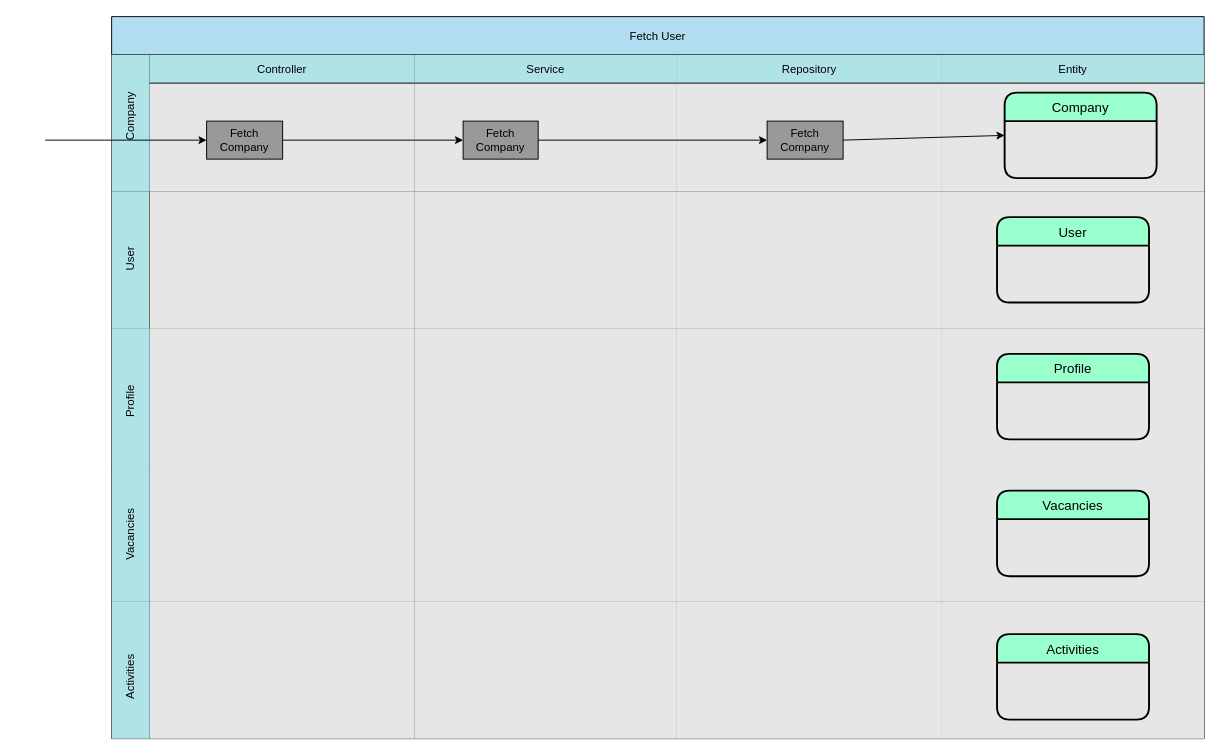
Before: documents/asd/VAC-ASD-Company-AS-v1.drawio in AaronSaya/educom-symfony-1690191754, a draw.io diagram. Source tidied: cells renumbered, new cells numbered last; positions are measured from the earlier drawing's top-left corner, leaving out a move shared by most shapes. Both pictures are drawn from the tidied source at 95%, with x=0, y=0 at pixel (16, 16).
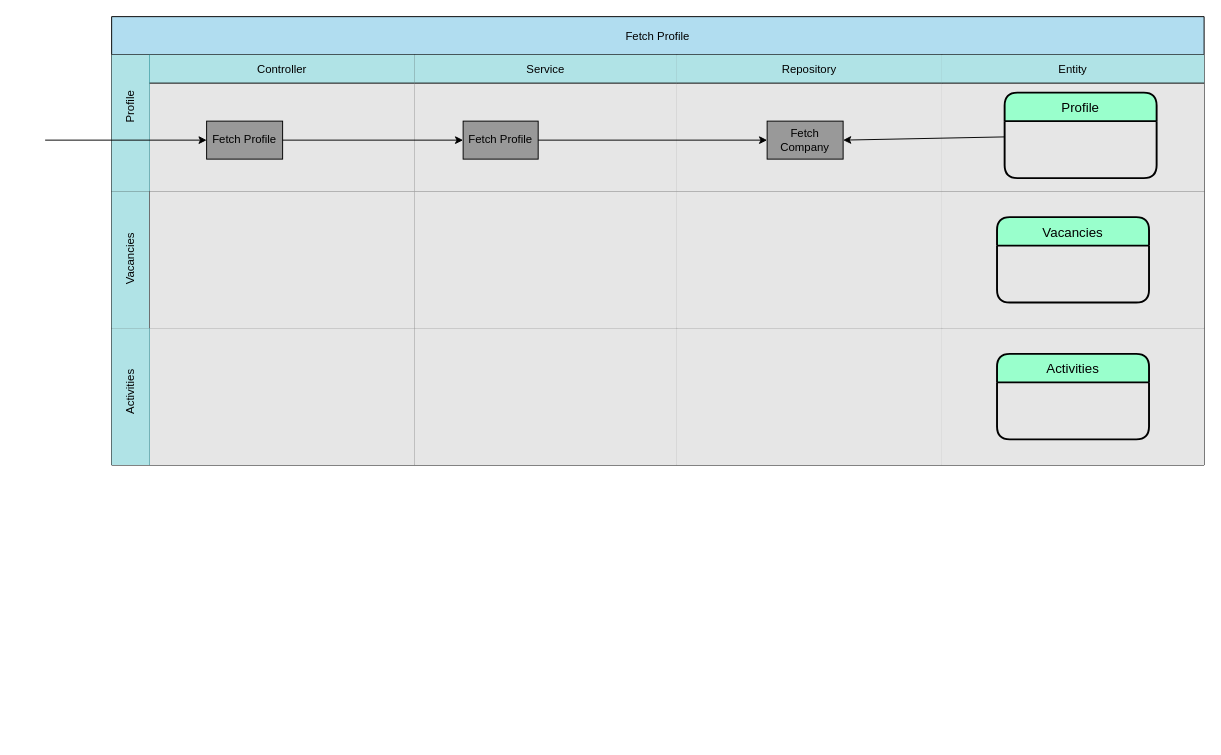
After the change.

The change refers to these unchanged cells:
```xml
<mxCell id="3" style="shape=tableRow;horizontal=0;swimlaneHead=0;swimlaneBody=0;top=0;left=0;bottom=0;right=0;fontStyle=0;fillColor=#b0e3e6;startSize=40;strokeColor=#0e8088;fontColor=#000000;" parent="2" vertex="1">
  <mxGeometry y="40" width="1150" height="144" as="geometry" />
</mxCell>
<mxCell id="4" value="Controller" style="swimlane;swimlaneHead=0;swimlaneBody=0;fontStyle=0;fillColor=#b0e3e6;startSize=30;strokeColor=#000000;fontColor=#000000;swimlaneFillColor=#E6E6E6;" parent="3" vertex="1">
  <mxGeometry x="40" width="279" height="144" as="geometry" />
</mxCell>
<mxCell id="6" value="Service" style="swimlane;swimlaneHead=0;swimlaneBody=0;fontStyle=0;fillColor=#b0e3e6;startSize=30;strokeColor=#000000;fontColor=#000000;swimlaneFillColor=#E6E6E6;" parent="3" vertex="1">
  <mxGeometry x="319" width="276" height="144" as="geometry" />
</mxCell>
<mxCell id="9" value="Fetch Company" style="whiteSpace=wrap;html=1;fillColor=#999999;fontColor=#000000;" parent="8" vertex="1">
  <mxGeometry x="95" y="70" width="80" height="40" as="geometry" />
</mxCell>
<mxCell id="10" value="Entity" style="swimlane;swimlaneHead=0;swimlaneBody=0;fontStyle=0;fillColor=#b0e3e6;startSize=30;strokeColor=#000000;fontColor=#000000;swimlaneFillColor=#E6E6E6;" parent="3" vertex="1">
  <mxGeometry x="874" width="276" height="144" as="geometry" />
</mxCell>
<mxCell id="19" style="swimlane;swimlaneHead=0;swimlaneBody=0;fontStyle=0;fillColor=none;startSize=0;swimlaneFillColor=#E6E6E6;strokeColor=#000000;" parent="15" vertex="1">
  <mxGeometry x="874" width="276" height="144" as="geometry" />
</mxCell>
<mxCell id="25" style="swimlane;swimlaneHead=0;swimlaneBody=0;fontStyle=0;fillColor=none;startSize=0;swimlaneFillColor=#E6E6E6;strokeColor=#000000;" parent="21" vertex="1">
  <mxGeometry x="874" width="276" height="144" as="geometry" />
</mxCell>
```

What changed in the source:
```diff
@@
-    <mxCell id="2" value="Fetch User" style="shape=table;childLayout=tableLayout;startSize=40;fillColor=#b1ddf0;strokeColor=#000000;fontColor=#000000;" parent="1" vertex="1">
-      <mxGeometry x="100" width="1150" height="760" as="geometry" />
+    <mxCell id="2" value="Fetch Profile" style="shape=table;childLayout=tableLayout;startSize=40;fillColor=#b1ddf0;strokeColor=#000000;fontColor=#000000;" parent="1" vertex="1">
+      <mxGeometry x="100" width="1150" height="472" as="geometry" />
     </mxCell>
@@
-    <mxCell id="5" value="Fetch Company" style="whiteSpace=wrap;html=1;fillColor=#999999;fillStyle=auto;fontColor=#000000;" parent="4" vertex="1">
+    <mxCell id="5" value="Fetch Profile" style="whiteSpace=wrap;html=1;fillColor=#999999;fillStyle=auto;fontColor=#000000;" parent="4" vertex="1">
       <mxGeometry x="60" y="70" width="80" height="40" as="geometry" />
     </mxCell>
@@
-    <mxCell id="7" value="Fetch Company" style="whiteSpace=wrap;html=1;fillColor=#999999;fontColor=#000000;" parent="6" vertex="1">
+    <mxCell id="7" value="Fetch Profile" style="whiteSpace=wrap;html=1;fillColor=#999999;fontColor=#000000;" parent="6" vertex="1">
       <mxGeometry x="51" y="70" width="79" height="40" as="geometry" />
     </mxCell>
@@
-    <mxCell id="11" value="Company" style="swimlane;horizontal=1;startSize=30;rounded=1;fontSize=14;fontStyle=0;strokeWidth=2;shadow=0;dashed=0;align=center;fillColor=#99FFCC;strokeColor=#000000;fontColor=#000000;" parent="10" vertex="1">
+    <mxCell id="11" value="Profile" style="swimlane;horizontal=1;startSize=30;rounded=1;fontSize=14;fontStyle=0;strokeWidth=2;shadow=0;dashed=0;align=center;fillColor=#99FFCC;strokeColor=#000000;fontColor=#000000;" parent="10" vertex="1">
       <mxGeometry x="66" y="40" width="160" height="90" as="geometry" />
     </mxCell>
@@
-    <mxCell id="14" style="edgeStyle=none;html=1;exitX=1;exitY=0.5;exitDx=0;exitDy=0;entryX=0;entryY=0.5;entryDx=0;entryDy=0;strokeColor=#000000;fontColor=#FFFFFF;" parent="3" edge="1" source="9" target="11">
-      <mxGeometry relative="1" as="geometry" />
-    </mxCell>
+    <mxCell id="46" style="edgeStyle=none;html=1;entryX=1;entryY=0.5;entryDx=0;entryDy=0;strokeColor=#000000;" parent="3" edge="1" source="11" target="9">
+      <mxGeometry relative="1" as="geometry" />
+    </mxCell>
@@
-    <mxCell id="20" value="User" style="swimlane;horizontal=1;startSize=30;rounded=1;fontSize=14;fontStyle=0;strokeWidth=2;shadow=0;dashed=0;align=center;fillColor=#99FFCC;strokeColor=#000000;fontColor=#000000;" parent="19" vertex="1">
+    <mxCell id="20" value="Vacancies" style="swimlane;horizontal=1;startSize=30;rounded=1;fontSize=14;fontStyle=0;strokeWidth=2;shadow=0;dashed=0;align=center;fillColor=#99FFCC;strokeColor=#000000;fontColor=#000000;" parent="19" vertex="1">
       <mxGeometry x="58" y="27" width="160" height="90" as="geometry" />
     </mxCell>
@@
-    <mxCell id="26" value="Profile" style="swimlane;horizontal=1;startSize=30;rounded=1;fontSize=14;fontStyle=0;strokeWidth=2;shadow=0;dashed=0;align=center;fillColor=#99FFCC;strokeColor=#000000;fontColor=#000000;" parent="25" vertex="1">
+    <mxCell id="26" value="Activities" style="swimlane;horizontal=1;startSize=30;rounded=1;fontSize=14;fontStyle=0;strokeWidth=2;shadow=0;dashed=0;align=center;fillColor=#99FFCC;strokeColor=#000000;fontColor=#000000;" parent="25" vertex="1">
       <mxGeometry x="58" y="27" width="160" height="90" as="geometry" />
     </mxCell>
-    <mxCell id="27" style="shape=tableRow;horizontal=0;swimlaneHead=0;swimlaneBody=0;top=0;left=0;bottom=0;right=0;fontStyle=0;fillColor=#b0e3e6;startSize=40;strokeColor=#0e8088;" parent="2" vertex="1">
-      <mxGeometry y="472" width="1150" height="144" as="geometry" />
-    </mxCell>
-    <mxCell id="28" style="swimlane;swimlaneHead=0;swimlaneBody=0;fontStyle=0;fillColor=none;startSize=0;swimlaneFillColor=#E6E6E6;strokeColor=#000000;" parent="27" vertex="1">
-      <mxGeometry x="40" width="279" height="144" as="geometry" />
-    </mxCell>
-    <mxCell id="29" style="swimlane;swimlaneHead=0;swimlaneBody=0;fontStyle=0;fillColor=none;startSize=0;swimlaneFillColor=#E6E6E6;strokeColor=#000000;" parent="27" vertex="1">
-      <mxGeometry x="319" width="276" height="144" as="geometry" />
-    </mxCell>
-    <mxCell id="30" style="swimlane;swimlaneHead=0;swimlaneBody=0;fontStyle=0;fillColor=none;startSize=0;swimlaneFillColor=#E6E6E6;strokeColor=#000000;" parent="27" vertex="1">
-      <mxGeometry x="595" width="279" height="144" as="geometry" />
-    </mxCell>
-    <mxCell id="31" style="swimlane;swimlaneHead=0;swimlaneBody=0;fontStyle=0;fillColor=none;startSize=0;swimlaneFillColor=#E6E6E6;" parent="27" vertex="1">
-      <mxGeometry x="874" width="276" height="144" as="geometry" />
-    </mxCell>
-    <mxCell id="32" value="Vacancies" style="swimlane;horizontal=1;startSize=30;rounded=1;fontSize=14;fontStyle=0;strokeWidth=2;shadow=0;dashed=0;align=center;fillColor=#99FFCC;strokeColor=#000000;fontColor=#000000;" parent="31" vertex="1">
-      <mxGeometry x="58" y="27" width="160" height="90" as="geometry" />
-    </mxCell>
-    <mxCell id="33" style="shape=tableRow;horizontal=0;swimlaneHead=0;swimlaneBody=0;top=0;left=0;bottom=0;right=0;fontStyle=0;fillColor=#b0e3e6;startSize=40;strokeColor=#0e8088;" parent="2" vertex="1">
-      <mxGeometry y="616" width="1150" height="144" as="geometry" />
-    </mxCell>
-    <mxCell id="34" style="swimlane;swimlaneHead=0;swimlaneBody=0;fontStyle=0;fillColor=none;startSize=0;swimlaneFillColor=#E6E6E6;strokeColor=#000000;" parent="33" vertex="1">
-      <mxGeometry x="40" width="279" height="144" as="geometry" />
-    </mxCell>
-    <mxCell id="35" style="swimlane;swimlaneHead=0;swimlaneBody=0;fontStyle=0;fillColor=none;startSize=0;swimlaneFillColor=#E6E6E6;strokeColor=#000000;" parent="33" vertex="1">
-      <mxGeometry x="319" width="276" height="144" as="geometry" />
-    </mxCell>
-    <mxCell id="36" style="swimlane;swimlaneHead=0;swimlaneBody=0;fontStyle=0;fillColor=none;startSize=0;swimlaneFillColor=#E6E6E6;strokeColor=#000000;" parent="33" vertex="1">
-      <mxGeometry x="595" width="279" height="144" as="geometry" />
-    </mxCell>
-    <mxCell id="37" style="swimlane;swimlaneHead=0;swimlaneBody=0;fontStyle=0;fillColor=none;startSize=0;swimlaneFillColor=#E6E6E6;strokeColor=#000000;" parent="33" vertex="1">
-      <mxGeometry x="874" width="276" height="144" as="geometry" />
-    </mxCell>
-    <mxCell id="38" value="Activities" style="swimlane;horizontal=1;startSize=30;rounded=1;fontSize=14;fontStyle=0;strokeWidth=2;shadow=0;dashed=0;align=center;fillColor=#99FFCC;strokeColor=#000000;fontColor=#000000;" parent="37" vertex="1">
-      <mxGeometry x="58" y="34" width="160" height="90" as="geometry" />
-    </mxCell>
-    <mxCell id="39" value="&lt;font color=&quot;#000000&quot;&gt;Company&lt;/font&gt;" style="text;strokeColor=none;align=center;fillColor=none;html=1;verticalAlign=middle;whiteSpace=wrap;rounded=0;rotation=-90;" parent="1" vertex="1">
-      <mxGeometry x="90" y="90" width="60" height="30" as="geometry" />
-    </mxCell>
-    <mxCell id="40" value="&lt;font color=&quot;#000000&quot;&gt;User&lt;/font&gt;" style="text;strokeColor=none;align=center;fillColor=none;html=1;verticalAlign=middle;whiteSpace=wrap;rounded=0;rotation=-90;" parent="1" vertex="1">
-      <mxGeometry x="90" y="240" width="60" height="30" as="geometry" />
-    </mxCell>
     <mxCell id="41" value="&lt;font color=&quot;#000000&quot;&gt;Profile&lt;/font&gt;" style="text;strokeColor=none;align=center;fillColor=none;html=1;verticalAlign=middle;whiteSpace=wrap;rounded=0;rotation=-90;" parent="1" vertex="1">
-      <mxGeometry x="90" y="390" width="60" height="30" as="geometry" />
+      <mxGeometry x="90" y="80" width="60" height="30" as="geometry" />
     </mxCell>
     <mxCell id="42" value="&lt;font color=&quot;#000000&quot;&gt;Vacancies&lt;/font&gt;" style="text;strokeColor=none;align=center;fillColor=none;html=1;verticalAlign=middle;whiteSpace=wrap;rounded=0;rotation=-90;" parent="1" vertex="1">
-      <mxGeometry x="90" y="530" width="60" height="30" as="geometry" />
+      <mxGeometry x="90" y="240" width="60" height="30" as="geometry" />
     </mxCell>
     <mxCell id="43" value="&lt;font color=&quot;#000000&quot;&gt;Activities&lt;/font&gt;" style="text;strokeColor=none;align=center;fillColor=none;html=1;verticalAlign=middle;whiteSpace=wrap;rounded=0;rotation=-90;" parent="1" vertex="1">
-      <mxGeometry x="90" y="680" width="60" height="30" as="geometry" />
+      <mxGeometry x="90" y="380" width="60" height="30" as="geometry" />
     </mxCell>
```
